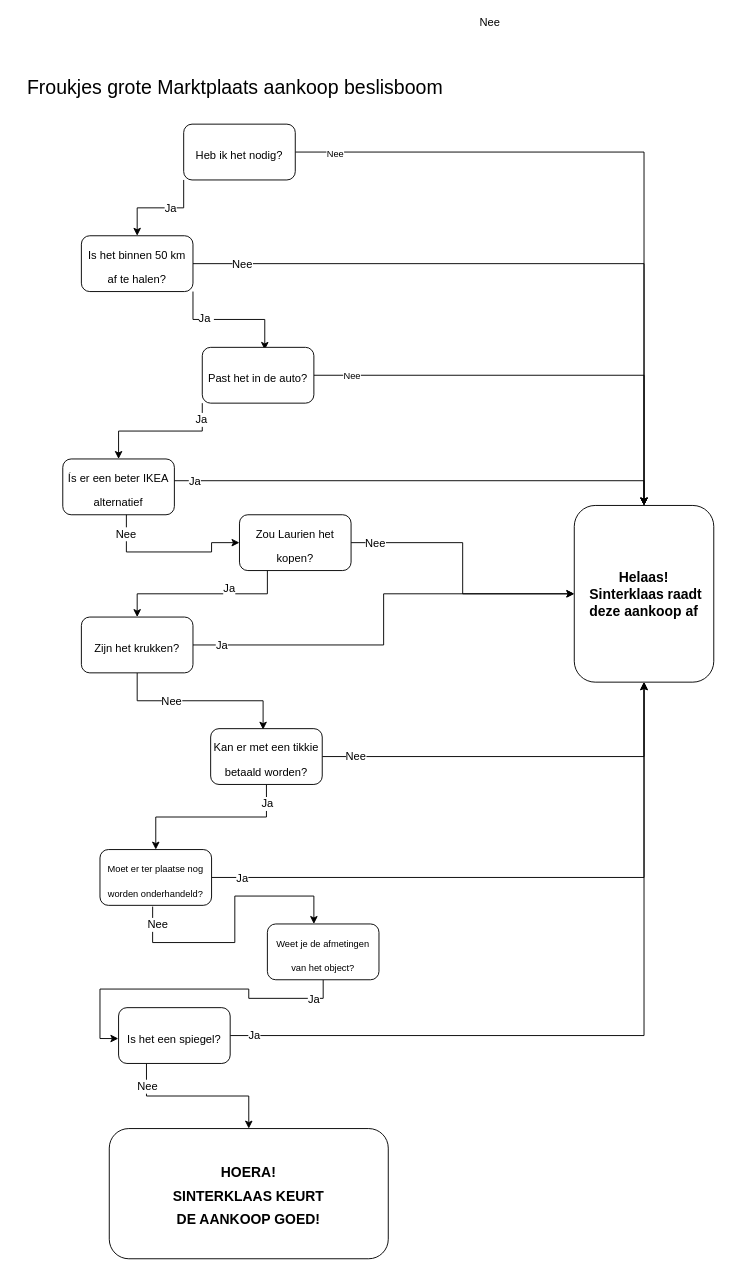
Before: surprise.drawio in RikGr/DevOps, a draw.io diagram. Source tidied: cells renumbered, new cells numbered last; positions are measured from the earlier drawing's top-left corner, leaving out a move shared by most shapes. Both pictures are drawn from the tidied source at 93%, with x=0, y=0 at pixel (16, 68).
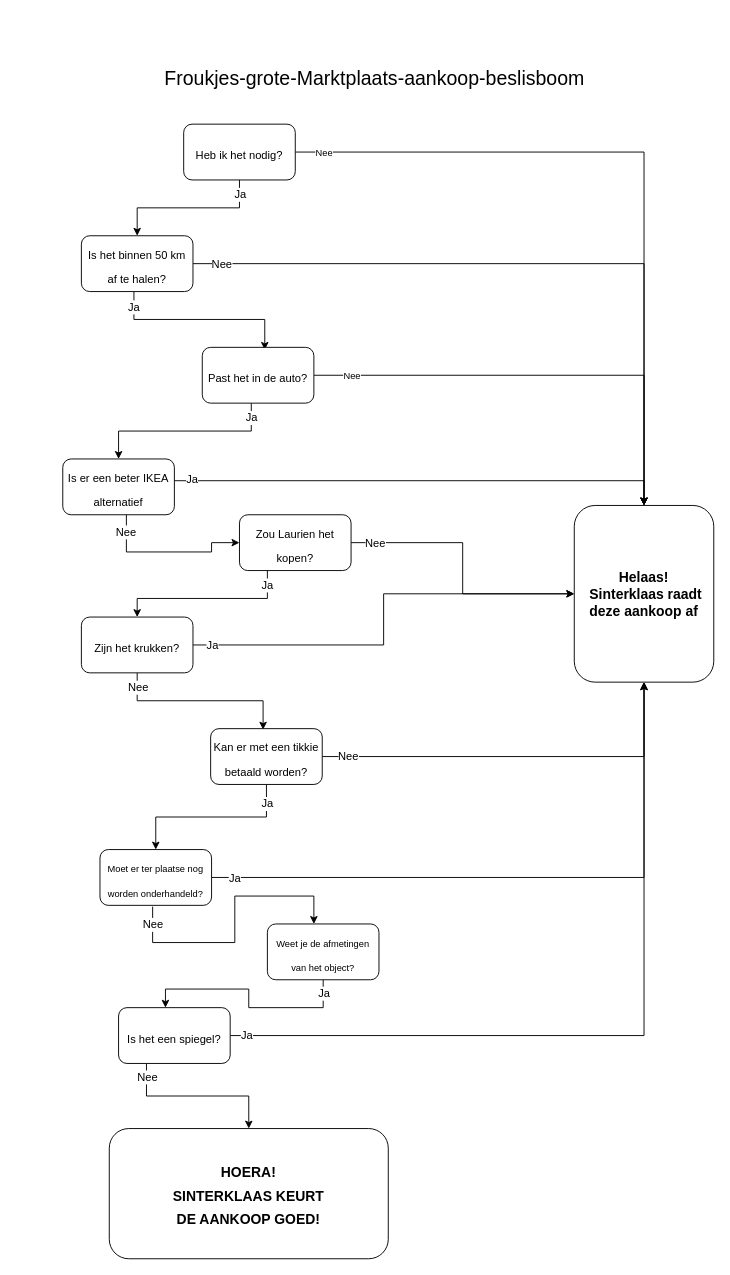
The same diagram, later.

The change refers to these unchanged cells:
```xml
<mxCell id="5" style="edgeStyle=orthogonalEdgeStyle;rounded=0;jettySize=auto;html=1;entryX=0.5;entryY=0;entryDx=0;entryDy=0;fontSize=12;" parent="1" edge="1" source="8" target="14">
  <mxGeometry relative="1" as="geometry" />
</mxCell>
<mxCell id="8" value="&lt;font style=&quot;font-size: 12px;&quot;&gt;Heb ik het nodig?&lt;/font&gt;" style="rounded=1;whiteSpace=wrap;html=1;fontSize=21;" parent="1" vertex="1">
  <mxGeometry x="180" y="60" width="120" height="60" as="geometry" />
</mxCell>
<mxCell id="11" style="edgeStyle=orthogonalEdgeStyle;rounded=0;jettySize=auto;html=1;exitX=1;exitY=0.5;exitDx=0;exitDy=0;fontSize=12;" parent="1" edge="1" source="13" target="14">
  <mxGeometry relative="1" as="geometry" />
</mxCell>
<mxCell id="13" value="&lt;font style=&quot;font-size: 12px;&quot;&gt;Is het binnen 50 km af te halen?&lt;/font&gt;" style="rounded=1;whiteSpace=wrap;html=1;fontSize=21;" parent="1" vertex="1">
  <mxGeometry x="70" y="180" width="120" height="60" as="geometry" />
</mxCell>
<mxCell id="19" value="&lt;font style=&quot;font-size: 12px;&quot;&gt;Past het in de auto?&lt;/font&gt;" style="rounded=1;whiteSpace=wrap;html=1;fontSize=21;" parent="1" vertex="1">
  <mxGeometry x="200" y="300" width="120" height="60" as="geometry" />
</mxCell>
<mxCell id="20" style="edgeStyle=orthogonalEdgeStyle;rounded=0;jettySize=auto;html=1;exitX=0.57;exitY=0.97;exitDx=0;exitDy=0;entryX=0;entryY=0.5;entryDx=0;entryDy=0;fontSize=12;exitPerimeter=0;" parent="1" edge="1" source="24" target="29">
  <mxGeometry relative="1" as="geometry">
    <Array as="points">
      <mxPoint x="118" y="520" />
      <mxPoint x="210" y="520" />
      <mxPoint x="210" y="510" />
    </Array>
  </mxGeometry>
</mxCell>
<mxCell id="22" style="edgeStyle=orthogonalEdgeStyle;rounded=0;jettySize=auto;html=1;exitX=0.981;exitY=0.39;exitDx=0;exitDy=0;fontSize=12;exitPerimeter=0;entryX=0.5;entryY=0;entryDx=0;entryDy=0;" parent="1" edge="1" source="24" target="14">
  <mxGeometry relative="1" as="geometry" />
</mxCell>
<mxCell id="29" value="&lt;font style=&quot;font-size: 12px;&quot;&gt;Zou Laurien het kopen?&lt;/font&gt;" style="rounded=1;whiteSpace=wrap;html=1;fontSize=21;" parent="1" vertex="1">
  <mxGeometry x="240" y="480" width="120" height="60" as="geometry" />
</mxCell>
<mxCell id="30" style="edgeStyle=orthogonalEdgeStyle;rounded=0;jettySize=auto;html=1;exitX=0.5;exitY=1;exitDx=0;exitDy=0;entryX=0.47;entryY=0.018;entryDx=0;entryDy=0;entryPerimeter=0;fontSize=12;" parent="1" edge="1" source="34" target="39">
  <mxGeometry relative="1" as="geometry" />
</mxCell>
<mxCell id="32" style="edgeStyle=orthogonalEdgeStyle;rounded=0;jettySize=auto;html=1;exitX=1;exitY=0.5;exitDx=0;exitDy=0;entryX=0;entryY=0.5;entryDx=0;entryDy=0;fontSize=12;" parent="1" edge="1" source="34" target="14">
  <mxGeometry relative="1" as="geometry" />
</mxCell>
<mxCell id="34" value="&lt;font style=&quot;font-size: 12px;&quot;&gt;Zijn het krukken?&lt;/font&gt;" style="rounded=1;whiteSpace=wrap;html=1;fontSize=21;" parent="1" vertex="1">
  <mxGeometry x="70" y="590" width="120" height="60" as="geometry" />
</mxCell>
<mxCell id="35" style="edgeStyle=orthogonalEdgeStyle;rounded=0;jettySize=auto;html=1;entryX=0.5;entryY=1;entryDx=0;entryDy=0;fontSize=12;" parent="1" edge="1" source="39" target="14">
  <mxGeometry relative="1" as="geometry" />
</mxCell>
<mxCell id="40" style="edgeStyle=orthogonalEdgeStyle;rounded=0;jettySize=auto;html=1;fontSize=12;exitX=0.472;exitY=1.023;exitDx=0;exitDy=0;exitPerimeter=0;" parent="1" edge="1" source="44" target="53">
  <mxGeometry relative="1" as="geometry">
    <Array as="points">
      <mxPoint x="147" y="940" />
      <mxPoint x="235" y="940" />
      <mxPoint x="235" y="890" />
      <mxPoint x="320" y="890" />
    </Array>
  </mxGeometry>
</mxCell>
<mxCell id="42" style="edgeStyle=orthogonalEdgeStyle;rounded=0;jettySize=auto;html=1;exitX=1;exitY=0.5;exitDx=0;exitDy=0;entryX=0.5;entryY=1;entryDx=0;entryDy=0;fontSize=12;" parent="1" edge="1" source="44" target="14">
  <mxGeometry relative="1" as="geometry" />
</mxCell>
<mxCell id="45" style="edgeStyle=orthogonalEdgeStyle;rounded=0;jettySize=auto;html=1;fontSize=15;" parent="1" edge="1" source="49" target="14">
  <mxGeometry relative="1" as="geometry" />
</mxCell>
<mxCell id="47" style="edgeStyle=orthogonalEdgeStyle;rounded=0;jettySize=auto;html=1;exitX=0.25;exitY=1;exitDx=0;exitDy=0;entryX=0.5;entryY=0;entryDx=0;entryDy=0;fontSize=12;" parent="1" edge="1" source="49" target="50">
  <mxGeometry relative="1" as="geometry" />
</mxCell>
<mxCell id="49" value="&lt;font style=&quot;font-size: 12px;&quot;&gt;Is het een spiegel?&lt;/font&gt;" style="rounded=1;whiteSpace=wrap;html=1;fontSize=21;" parent="1" vertex="1">
  <mxGeometry x="110" y="1010" width="120" height="60" as="geometry" />
</mxCell>
<mxCell id="53" value="&lt;font style=&quot;font-size: 10px;&quot;&gt;Weet je de afmetingen van het object?&lt;/font&gt;" style="rounded=1;whiteSpace=wrap;html=1;fontSize=21;" parent="1" vertex="1">
  <mxGeometry x="270" y="920" width="120" height="60" as="geometry" />
</mxCell>
```

Diff of the diagram source:
```diff
@@
-    <mxCell id="2" value="&lt;font style=&quot;font-size: 21px;&quot;&gt;Froukjes grote Marktplaats aankoop beslisboom&lt;/font&gt;" style="text;html=1;align=center;verticalAlign=middle;strokeColor=none;fillColor=none;" parent="1" vertex="1">
-      <mxGeometry width="470" height="40" as="geometry" />
+    <mxCell id="2" value="&lt;font style=&quot;font-size: 21px;&quot;&gt;Froukjes-grote-Marktplaats-aankoop-beslisboom&lt;/font&gt;" style="text;html=1;align=center;verticalAlign=middle;strokeColor=none;fillColor=none;" parent="1" vertex="1">
+      <mxGeometry x="145" y="-10" width="480" height="40" as="geometry" />
     </mxCell>
-    <mxCell id="3" style="edgeStyle=orthogonalEdgeStyle;rounded=0;jettySize=auto;html=1;exitX=0;exitY=1;exitDx=0;exitDy=0;entryX=0.5;entryY=0;entryDx=0;entryDy=0;fontSize=12;" parent="1" edge="1" source="8" target="13">
+    <mxCell id="3" style="edgeStyle=orthogonalEdgeStyle;rounded=0;jettySize=auto;html=1;exitX=0.5;exitY=1;exitDx=0;exitDy=0;entryX=0.5;entryY=0;entryDx=0;entryDy=0;fontSize=12;" parent="1" edge="1" source="8" target="13">
       <mxGeometry relative="1" as="geometry" />
     </mxCell>
     <mxCell id="4" value="Ja" style="edgeLabel;html=1;align=center;verticalAlign=middle;fontSize=12;" parent="3" vertex="1">
-      <mxGeometry x="-0.18" relative="1" as="geometry" />
+      <mxGeometry x="-0.18" relative="1" as="geometry">
+        <mxPoint x="40" y="-15" as="offset" />
+      </mxGeometry>
     </mxCell>
@@
-    <mxCell id="6" value="Nee" style="edgeLabel;html=1;align=center;verticalAlign=middle;fontSize=12;" parent="5" vertex="1">
-      <mxGeometry x="-0.1" y="-2" relative="1" as="geometry">
-        <mxPoint x="-132" y="-142" as="offset" />
-      </mxGeometry>
-    </mxCell>
     <mxCell id="7" value="Nee" style="edgeLabel;html=1;align=center;verticalAlign=middle;fontSize=10;" parent="5" vertex="1">
-      <mxGeometry x="-0.89" y="-1" relative="1" as="geometry" />
+      <mxGeometry x="-0.89" y="-1" relative="1" as="geometry">
+        <mxPoint x="-12" y="-1" as="offset" />
+      </mxGeometry>
     </mxCell>
@@
-    <mxCell id="9" style="edgeStyle=orthogonalEdgeStyle;rounded=0;jettySize=auto;html=1;exitX=1;exitY=1;exitDx=0;exitDy=0;entryX=0.56;entryY=0.045;entryDx=0;entryDy=0;entryPerimeter=0;fontSize=12;" parent="1" edge="1" source="13" target="19">
+    <mxCell id="9" style="edgeStyle=orthogonalEdgeStyle;rounded=0;jettySize=auto;html=1;exitX=0.471;exitY=1.008;exitDx=0;exitDy=0;entryX=0.56;entryY=0.045;entryDx=0;entryDy=0;entryPerimeter=0;fontSize=12;exitPerimeter=0;" parent="1" edge="1" source="13" target="19">
       <mxGeometry relative="1" as="geometry" />
     </mxCell>
     <mxCell id="10" value="Ja&amp;nbsp;" style="edgeLabel;html=1;align=center;verticalAlign=middle;fontSize=12;" parent="9" vertex="1">
-      <mxGeometry x="-0.39" y="2" relative="1" as="geometry" />
+      <mxGeometry x="-0.39" y="2" relative="1" as="geometry">
+        <mxPoint x="-31" y="-12" as="offset" />
+      </mxGeometry>
     </mxCell>
@@
     <mxCell id="12" value="Nee" style="edgeLabel;html=1;align=center;verticalAlign=middle;fontSize=12;" parent="11" vertex="1">
       <mxGeometry x="-0.32" y="-3" relative="1" as="geometry">
-        <mxPoint x="-201" y="-3" as="offset" />
+        <mxPoint x="-223" y="-3" as="offset" />
       </mxGeometry>
     </mxCell>
@@
-    <mxCell id="15" style="edgeStyle=orthogonalEdgeStyle;rounded=0;jettySize=auto;html=1;exitX=0;exitY=1;exitDx=0;exitDy=0;entryX=0.5;entryY=0;entryDx=0;entryDy=0;fontSize=12;" parent="1" edge="1" source="19" target="24">
+    <mxCell id="15" style="edgeStyle=orthogonalEdgeStyle;rounded=0;jettySize=auto;html=1;exitX=0.439;exitY=0.989;exitDx=0;exitDy=0;entryX=0.5;entryY=0;entryDx=0;entryDy=0;fontSize=12;exitPerimeter=0;" parent="1" edge="1" source="19" target="24">
       <mxGeometry relative="1" as="geometry" />
     </mxCell>
     <mxCell id="16" value="Ja" style="edgeLabel;html=1;align=center;verticalAlign=middle;fontSize=12;" parent="15" vertex="1">
       <mxGeometry x="-0.29" y="1" relative="1" as="geometry">
-        <mxPoint x="21" y="-14" as="offset" />
+        <mxPoint x="41" y="-16" as="offset" />
       </mxGeometry>
     </mxCell>
@@
     <mxCell id="21" value="Nee" style="edgeLabel;html=1;align=center;verticalAlign=middle;fontSize=12;" parent="20" vertex="1">
       <mxGeometry x="-0.13" y="-3" relative="1" as="geometry">
-        <mxPoint x="-34" y="-23" as="offset" />
+        <mxPoint x="-34" y="-25" as="offset" />
       </mxGeometry>
     </mxCell>
@@
     <mxCell id="23" value="Ja" style="edgeLabel;html=1;align=center;verticalAlign=middle;fontSize=12;" parent="22" vertex="1">
       <mxGeometry x="-0.5" y="-4" relative="1" as="geometry">
-        <mxPoint x="-109" y="-4" as="offset" />
+        <mxPoint x="-112" y="-6" as="offset" />
       </mxGeometry>
     </mxCell>
-    <mxCell id="24" value="&lt;font style=&quot;font-size: 12px;&quot;&gt;Ís er een beter IKEA alternatief&lt;/font&gt;" style="rounded=1;whiteSpace=wrap;html=1;fontSize=21;" parent="1" vertex="1">
+    <mxCell id="24" value="&lt;font style=&quot;font-size: 12px;&quot;&gt;Is er een beter IKEA alternatief&lt;/font&gt;" style="rounded=1;whiteSpace=wrap;html=1;fontSize=21;" parent="1" vertex="1">
       <mxGeometry x="50" y="420" width="120" height="60" as="geometry" />
     </mxCell>
     <mxCell id="25" style="edgeStyle=orthogonalEdgeStyle;rounded=0;jettySize=auto;html=1;exitX=0.25;exitY=1;exitDx=0;exitDy=0;entryX=0.5;entryY=0;entryDx=0;entryDy=0;fontSize=12;" parent="1" edge="1" source="29" target="34">
-      <mxGeometry relative="1" as="geometry" />
+      <mxGeometry relative="1" as="geometry">
+        <Array as="points">
+          <mxPoint x="270" y="570" />
+          <mxPoint x="130" y="570" />
+        </Array>
+      </mxGeometry>
     </mxCell>
-    <mxCell id="26" value="Ja&lt;br&gt;&lt;br&gt;" style="edgeLabel;html=1;align=center;verticalAlign=middle;fontSize=12;" parent="25" vertex="1">
-      <mxGeometry x="-0.29" y="1" relative="1" as="geometry" />
+    <mxCell id="26" value="Ja" style="edgeLabel;html=1;align=center;verticalAlign=middle;fontSize=12;" parent="25" vertex="1">
+      <mxGeometry x="-0.29" y="1" relative="1" as="geometry">
+        <mxPoint x="36" y="-16" as="offset" />
+      </mxGeometry>
     </mxCell>
@@
     <mxCell id="31" value="Nee" style="edgeLabel;html=1;align=center;verticalAlign=middle;fontSize=12;" parent="30" vertex="1">
-      <mxGeometry x="-0.33" relative="1" as="geometry" />
+      <mxGeometry x="-0.33" relative="1" as="geometry">
+        <mxPoint x="-36" y="-15" as="offset" />
+      </mxGeometry>
     </mxCell>
@@
     <mxCell id="33" value="Ja" style="edgeLabel;html=1;align=center;verticalAlign=middle;fontSize=12;" parent="32" vertex="1">
-      <mxGeometry x="-0.87" relative="1" as="geometry" />
+      <mxGeometry x="-0.87" relative="1" as="geometry">
+        <mxPoint x="-10" as="offset" />
+      </mxGeometry>
     </mxCell>
@@
     <mxCell id="36" value="Nee" style="edgeLabel;html=1;align=center;verticalAlign=middle;fontSize=12;" parent="35" vertex="1">
       <mxGeometry x="-0.92" y="-1" relative="1" as="geometry">
-        <mxPoint x="18" y="-2" as="offset" />
+        <mxPoint x="10" y="-2" as="offset" />
       </mxGeometry>
     </mxCell>
@@
     <mxCell id="41" value="Nee" style="edgeLabel;html=1;align=center;verticalAlign=middle;fontSize=12;" parent="40" vertex="1">
       <mxGeometry x="-0.59" y="-1" relative="1" as="geometry">
-        <mxPoint x="-16" y="-21" as="offset" />
+        <mxPoint x="-21" y="-21" as="offset" />
       </mxGeometry>
     </mxCell>
@@
     <mxCell id="43" value="Ja" style="edgeLabel;html=1;align=center;verticalAlign=middle;fontSize=12;" parent="42" vertex="1">
       <mxGeometry x="-0.88" y="4" relative="1" as="geometry">
-        <mxPoint x="-9" y="4" as="offset" />
+        <mxPoint x="-17" y="4" as="offset" />
       </mxGeometry>
     </mxCell>
@@
     <mxCell id="46" value="Ja" style="edgeLabel;html=1;align=center;verticalAlign=middle;fontSize=12;" parent="45" vertex="1">
-      <mxGeometry x="-0.94" y="1" relative="1" as="geometry" />
+      <mxGeometry x="-0.94" y="1" relative="1" as="geometry">
+        <mxPoint x="-8" as="offset" />
+      </mxGeometry>
     </mxCell>
@@
     <mxCell id="48" value="Nee" style="edgeLabel;html=1;align=center;verticalAlign=middle;fontSize=12;" parent="47" vertex="1">
-      <mxGeometry x="-0.73" relative="1" as="geometry" />
+      <mxGeometry x="-0.73" relative="1" as="geometry">
+        <mxPoint y="-10" as="offset" />
+      </mxGeometry>
     </mxCell>
@@
-    <mxCell id="51" style="edgeStyle=orthogonalEdgeStyle;rounded=0;jettySize=auto;html=1;exitX=0.5;exitY=1;exitDx=0;exitDy=0;entryX=-0.002;entryY=0.554;entryDx=0;entryDy=0;entryPerimeter=0;fontSize=12;" parent="1" edge="1" source="53" target="49">
-      <mxGeometry relative="1" as="geometry" />
+    <mxCell id="51" style="edgeStyle=orthogonalEdgeStyle;rounded=0;jettySize=auto;html=1;exitX=0.5;exitY=1;exitDx=0;exitDy=0;entryX=0.42;entryY=0.001;entryDx=0;entryDy=0;entryPerimeter=0;fontSize=12;" parent="1" edge="1" source="53" target="49">
+      <mxGeometry relative="1" as="geometry">
+        <Array as="points">
+          <mxPoint x="330" y="1010" />
+          <mxPoint x="250" y="1010" />
+          <mxPoint x="250" y="990" />
+          <mxPoint x="160" y="990" />
+        </Array>
+      </mxGeometry>
     </mxCell>
     <mxCell id="52" value="Ja" style="edgeLabel;html=1;align=center;verticalAlign=middle;fontSize=12;" parent="51" vertex="1">
-      <mxGeometry x="-0.82" relative="1" as="geometry" />
+      <mxGeometry x="-0.76" y="-2" relative="1" as="geometry">
+        <mxPoint x="2" y="-15" as="offset" />
+      </mxGeometry>
     </mxCell>
```
